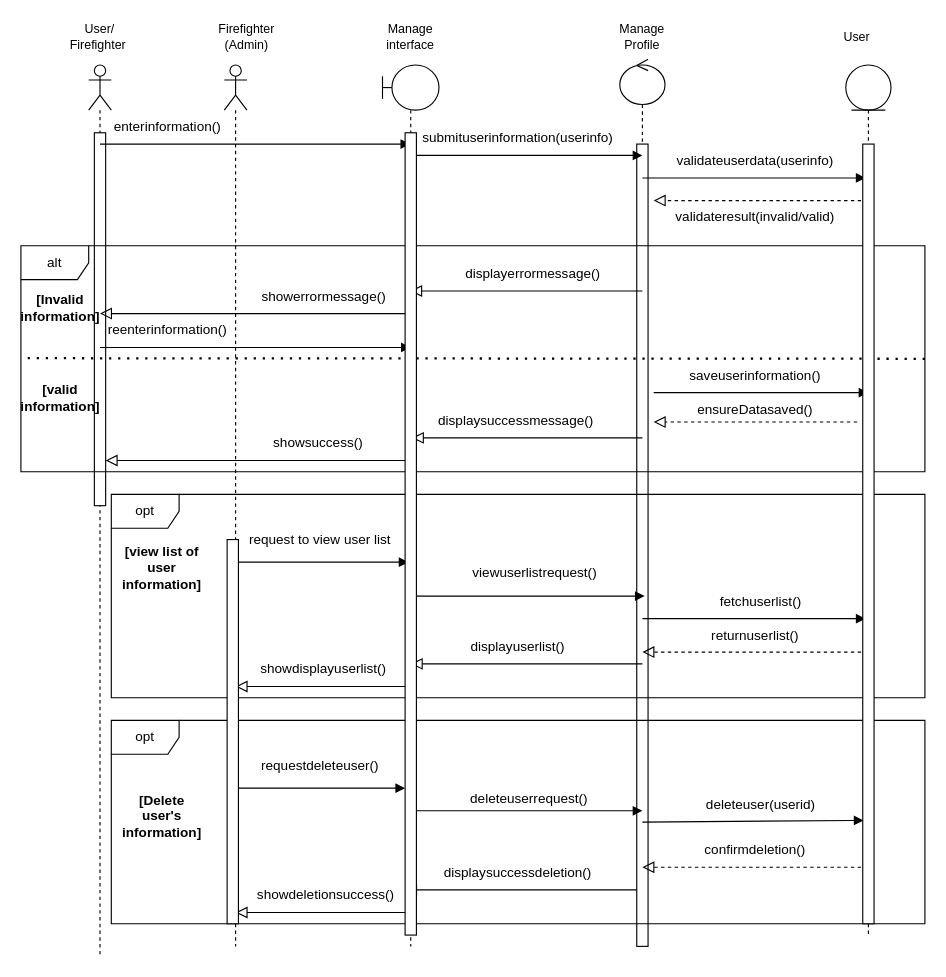
This is page "profile SD" (6 of 17) of doc/PSM.drawio from SNFASA/AI-Fire-Monitoring-System, a draw.io file, before an edit. Source tidied: cells renumbered, new cells numbered last; positions are measured from the earlier drawing's top-left corner, leaving out a move shared by most shapes. Both pictures are drawn from the tidied source at 113%, with x=0, y=0 at pixel (20, 19).
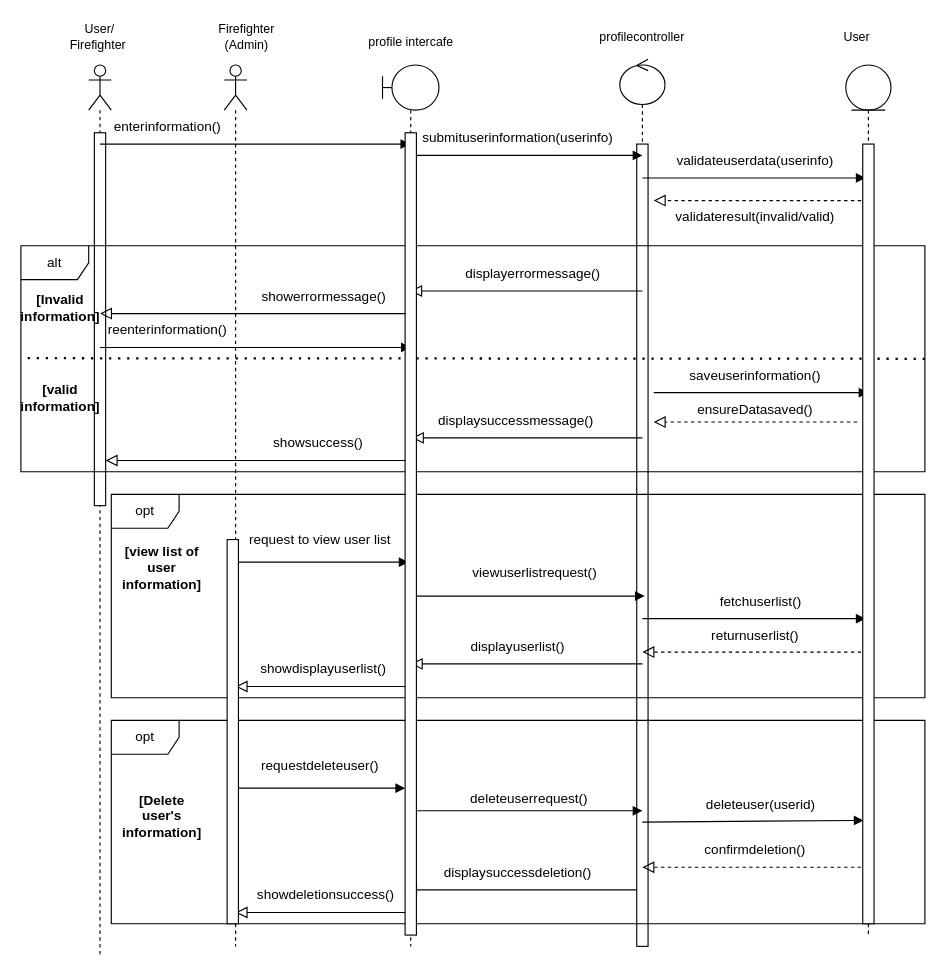
After the change.

What changed in the source:
```diff
@@
-    <mxCell id="9" value="Manage&lt;div&gt;interface&lt;/div&gt;" style="text;html=1;whiteSpace=wrap;strokeColor=none;fillColor=none;align=center;verticalAlign=middle;rounded=0;fontFamily=Helvetica;fontSize=11;fontColor=default;labelBackgroundColor=none;" parent="1" vertex="1">
-      <mxGeometry x="315" width="60" height="30" as="geometry" />
+    <mxCell id="9" value="profile intercafe" style="text;html=1;whiteSpace=wrap;strokeColor=none;fillColor=none;align=center;verticalAlign=middle;rounded=0;fontFamily=Helvetica;fontSize=11;fontColor=default;labelBackgroundColor=none;" parent="1" vertex="1">
+      <mxGeometry x="297.5" y="5" width="95" height="30" as="geometry" />
     </mxCell>
-    <mxCell id="10" value="Manage Profile" style="text;html=1;whiteSpace=wrap;strokeColor=none;fillColor=none;align=center;verticalAlign=middle;rounded=0;fontFamily=Helvetica;fontSize=11;fontColor=default;labelBackgroundColor=none;" parent="1" vertex="1">
+    <mxCell id="10" value="profilecontroller" style="text;html=1;whiteSpace=wrap;strokeColor=none;fillColor=none;align=center;verticalAlign=middle;rounded=0;fontFamily=Helvetica;fontSize=11;fontColor=default;labelBackgroundColor=none;" parent="1" vertex="1">
       <mxGeometry x="520" width="60" height="30" as="geometry" />
     </mxCell>
```
